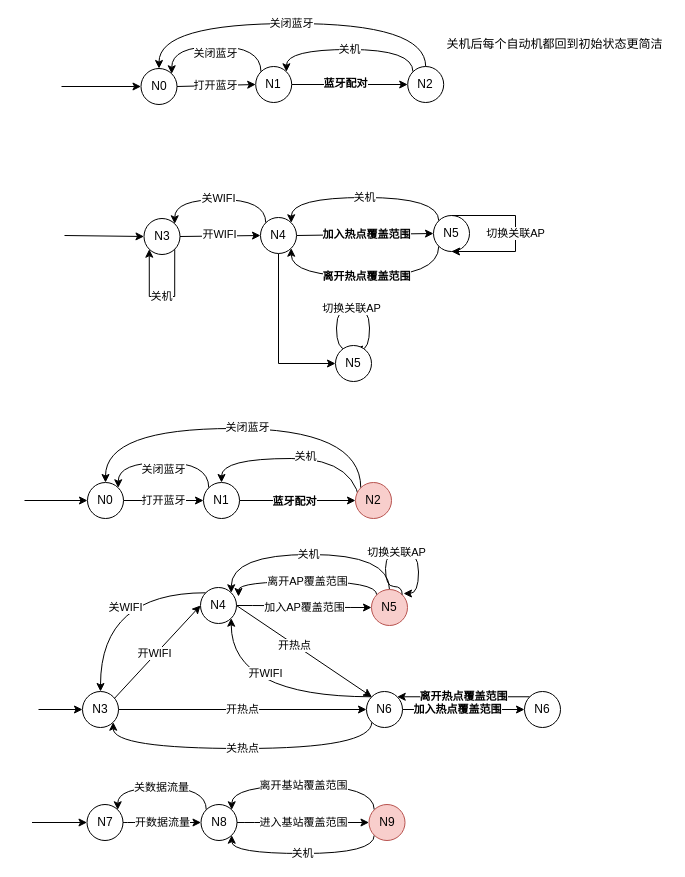
Earlier version of the draw.io diagram page "方法四：有限状态机" (1 of 8) of 时间自动机.drawio (Icarus1994/neutron_conf). Source tidied: cells renumbered, new cells numbered last; positions are measured from the earlier drawing's top-left corner, leaving out a move shared by most shapes. Both pictures are drawn from the tidied source at 100%, with x=0, y=0 at pixel (24, 23).
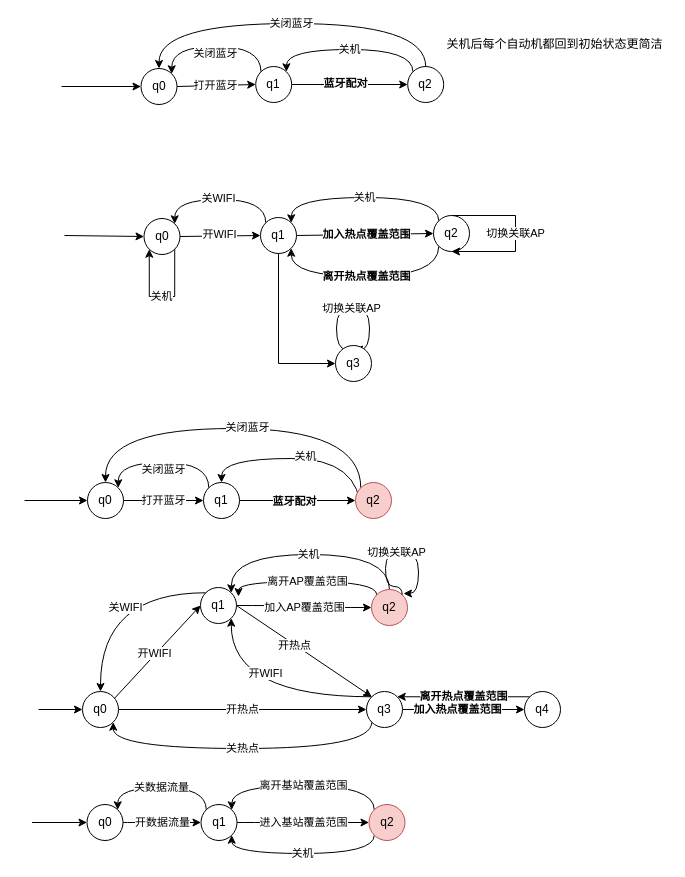
Above is the later version.

Commit message:
Update 时间自动机.drawio

Change to the diagram source:
```diff
@@
-    <mxCell id="5" value="N3" style="ellipse;whiteSpace=wrap;html=1;" parent="1" vertex="1">
+    <mxCell id="5" value="q0" style="ellipse;whiteSpace=wrap;html=1;" parent="1" vertex="1">
       <mxGeometry x="119.5" y="195" width="36" height="36" as="geometry" />
     </mxCell>
@@
-    <mxCell id="11" value="N4" style="ellipse;whiteSpace=wrap;html=1;" parent="1" vertex="1">
+    <mxCell id="11" value="q1" style="ellipse;whiteSpace=wrap;html=1;" parent="1" vertex="1">
       <mxGeometry x="236" y="194" width="36" height="36" as="geometry" />
     </mxCell>
@@
-    <mxCell id="14" value="N5" style="ellipse;whiteSpace=wrap;html=1;" parent="1" vertex="1">
+    <mxCell id="14" value="q2" style="ellipse;whiteSpace=wrap;html=1;" parent="1" vertex="1">
       <mxGeometry x="409" y="192" width="36" height="36" as="geometry" />
     </mxCell>
@@
-    <mxCell id="16" value="N0" style="ellipse;whiteSpace=wrap;html=1;" parent="1" vertex="1">
+    <mxCell id="16" value="q0" style="ellipse;whiteSpace=wrap;html=1;" parent="1" vertex="1">
       <mxGeometry x="116.5" y="45" width="36" height="36" as="geometry" />
     </mxCell>
@@
-    <mxCell id="20" value="N1" style="ellipse;whiteSpace=wrap;html=1;" parent="1" vertex="1">
+    <mxCell id="20" value="q1" style="ellipse;whiteSpace=wrap;html=1;" parent="1" vertex="1">
       <mxGeometry x="231.2" y="43" width="36" height="36" as="geometry" />
     </mxCell>
@@
-    <mxCell id="24" value="N2" style="ellipse;whiteSpace=wrap;html=1;" parent="1" vertex="1">
+    <mxCell id="24" value="q2" style="ellipse;whiteSpace=wrap;html=1;" parent="1" vertex="1">
       <mxGeometry x="383.2" y="43" width="36" height="36" as="geometry" />
     </mxCell>
@@
-    <mxCell id="31" value="N3" style="ellipse;whiteSpace=wrap;html=1;" parent="1" vertex="1">
+    <mxCell id="31" value="q0" style="ellipse;whiteSpace=wrap;html=1;" parent="1" vertex="1">
       <mxGeometry x="58" y="668" width="36" height="36" as="geometry" />
     </mxCell>
@@
-    <mxCell id="34" value="N7" style="ellipse;whiteSpace=wrap;html=1;" parent="1" vertex="1">
+    <mxCell id="34" value="q0" style="ellipse;whiteSpace=wrap;html=1;" parent="1" vertex="1">
       <mxGeometry x="62.5" y="781" width="36" height="36" as="geometry" />
     </mxCell>
@@
-    <mxCell id="40" value="N4" style="ellipse;whiteSpace=wrap;html=1;" parent="1" vertex="1">
+    <mxCell id="40" value="q1" style="ellipse;whiteSpace=wrap;html=1;" parent="1" vertex="1">
       <mxGeometry x="176" y="564" width="36" height="36" as="geometry" />
     </mxCell>
@@
-    <mxCell id="46" value="N6" style="ellipse;whiteSpace=wrap;html=1;" parent="1" vertex="1">
+    <mxCell id="46" value="q3" style="ellipse;whiteSpace=wrap;html=1;" parent="1" vertex="1">
       <mxGeometry x="342" y="668" width="36" height="36" as="geometry" />
     </mxCell>
@@
-    <mxCell id="49" value="N8" style="ellipse;whiteSpace=wrap;html=1;" parent="1" vertex="1">
+    <mxCell id="49" value="q1" style="ellipse;whiteSpace=wrap;html=1;" parent="1" vertex="1">
       <mxGeometry x="176.5" y="781" width="36" height="36" as="geometry" />
     </mxCell>
@@
-    <mxCell id="53" value="N9" style="ellipse;whiteSpace=wrap;html=1;fillColor=#f8cecc;strokeColor=#b85450;" parent="1" vertex="1">
+    <mxCell id="53" value="q2" style="ellipse;whiteSpace=wrap;html=1;fillColor=#f8cecc;strokeColor=#b85450;" parent="1" vertex="1">
       <mxGeometry x="344.5" y="781" width="36" height="36" as="geometry" />
     </mxCell>
@@
-    <mxCell id="56" value="N5" style="ellipse;whiteSpace=wrap;html=1;fillColor=#f8cecc;strokeColor=#b85450;" parent="1" vertex="1">
+    <mxCell id="56" value="q2" style="ellipse;whiteSpace=wrap;html=1;fillColor=#f8cecc;strokeColor=#b85450;" parent="1" vertex="1">
       <mxGeometry x="347" y="566" width="36" height="36" as="geometry" />
     </mxCell>
@@
-    <mxCell id="58" value="N0" style="ellipse;whiteSpace=wrap;html=1;" parent="1" vertex="1">
+    <mxCell id="58" value="q0" style="ellipse;whiteSpace=wrap;html=1;" parent="1" vertex="1">
       <mxGeometry x="63" y="459" width="36" height="36" as="geometry" />
     </mxCell>
@@
-    <mxCell id="62" value="N1" style="ellipse;whiteSpace=wrap;html=1;" parent="1" vertex="1">
+    <mxCell id="62" value="q1" style="ellipse;whiteSpace=wrap;html=1;" parent="1" vertex="1">
       <mxGeometry x="179" y="459" width="36" height="36" as="geometry" />
     </mxCell>
@@
-    <mxCell id="68" value="N2" style="ellipse;whiteSpace=wrap;html=1;fillColor=#f8cecc;strokeColor=#b85450;" parent="1" vertex="1">
+    <mxCell id="68" value="q2" style="ellipse;whiteSpace=wrap;html=1;fillColor=#f8cecc;strokeColor=#b85450;" parent="1" vertex="1">
       <mxGeometry x="331" y="459" width="36" height="36" as="geometry" />
     </mxCell>
@@
-    <mxCell id="72" value="N6" style="ellipse;whiteSpace=wrap;html=1;" parent="1" vertex="1">
+    <mxCell id="72" value="q4" style="ellipse;whiteSpace=wrap;html=1;" parent="1" vertex="1">
       <mxGeometry x="500" y="668" width="36" height="36" as="geometry" />
     </mxCell>
-    <mxCell id="73" value="N5" style="ellipse;whiteSpace=wrap;html=1;" parent="1" vertex="1">
+    <mxCell id="73" value="q3" style="ellipse;whiteSpace=wrap;html=1;" parent="1" vertex="1">
       <mxGeometry x="311" y="322" width="36" height="36" as="geometry" />
     </mxCell>
```
